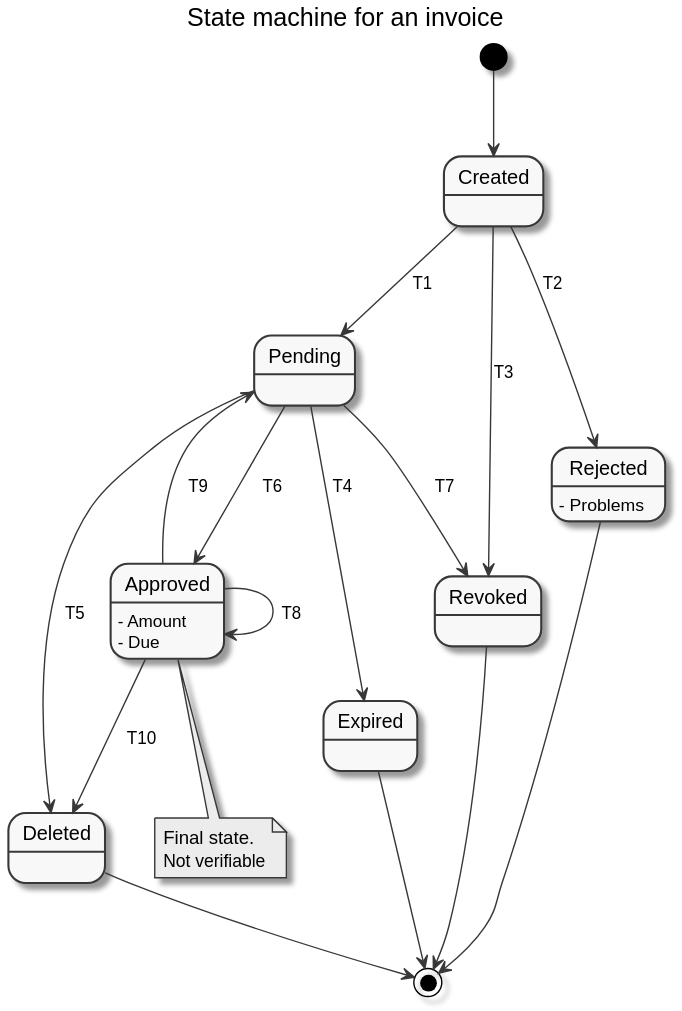
This is images/state-machine.svg from vippsas/vipps-invoice-api, a PlantUML export, as it was before one commit.
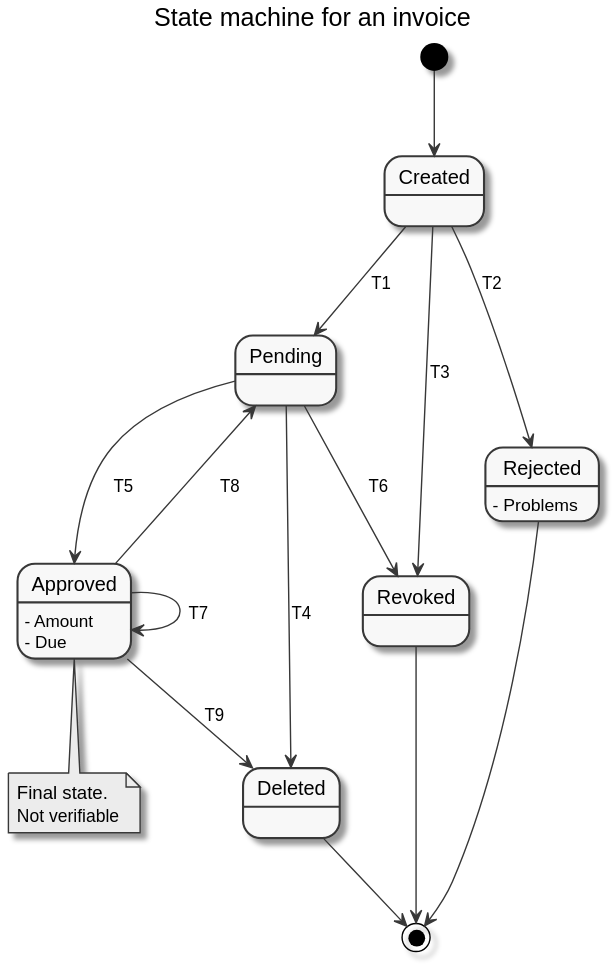
The same diagram one commit later.

Diff of the diagram source:
```diff
@@ -7,14 +7,15 @@
 Created --> Pending : T1
 Created --> Rejected : T2
 Created --> Revoked : T3
-Pending --> Expired : T4
-Pending --> Deleted : T5
-Pending --> Approved : T6
-Pending --> Revoked : T7
-Approved --> Approved : T8
-Approved --> Pending : T9
-Approved --> Deleted : T10
-Expired --> [*]
+
+Pending --> Deleted : T4
+Pending --> Approved : T5
+Pending --> Revoked : T6
+
+Approved --> Approved : T7
+Approved --> Pending : T8
+Approved --> Deleted : T9
+
 Revoked --> [*]
 Deleted --> [*]
 Rejected --> [*]
```
